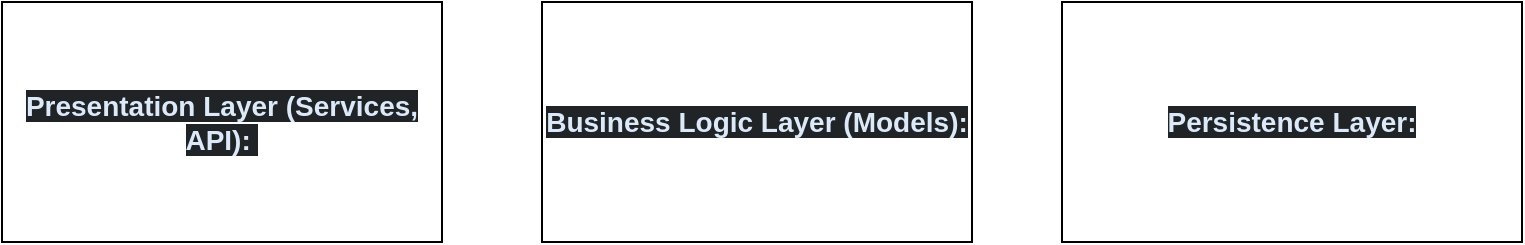
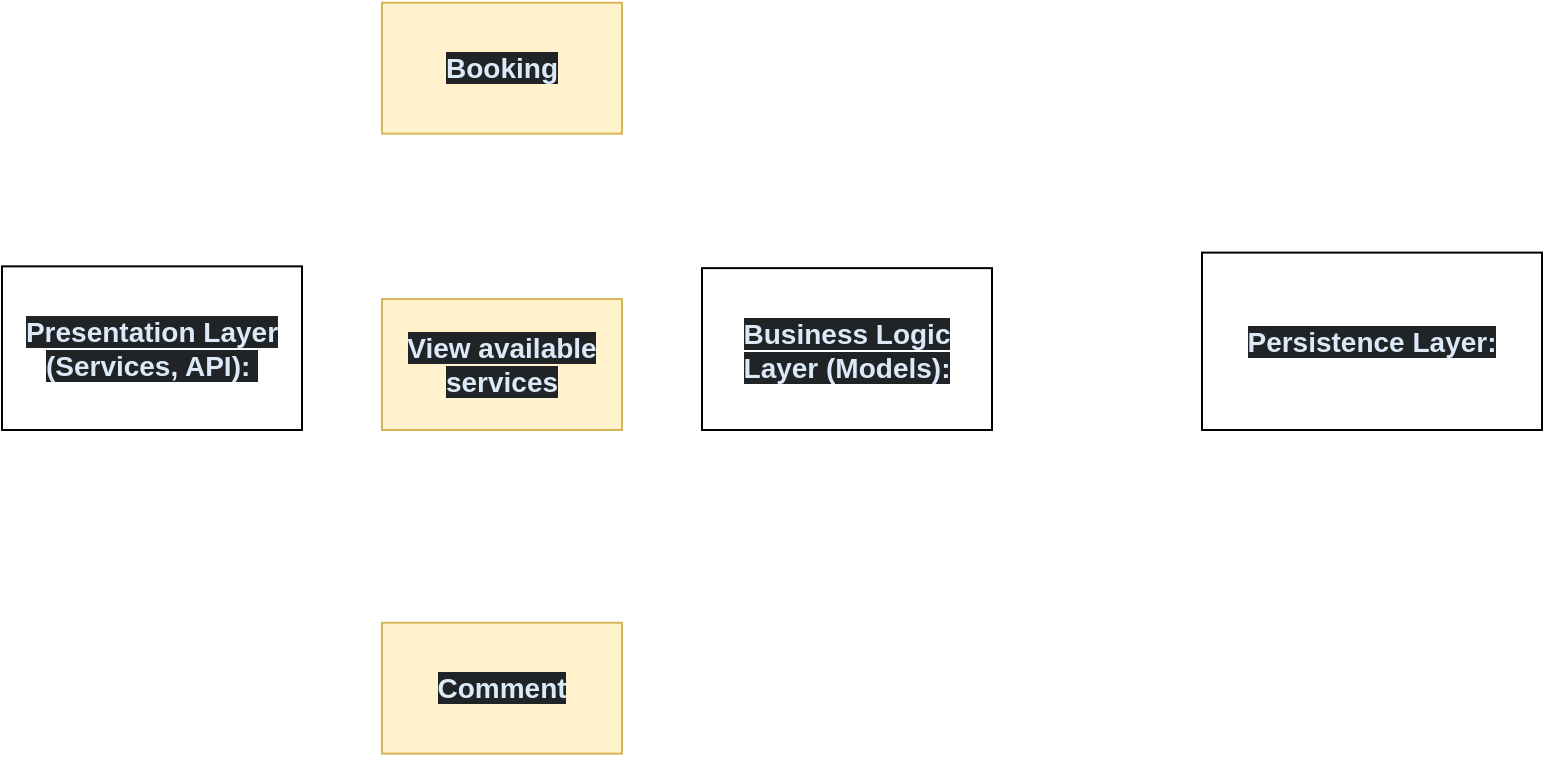
<mxfile host="app.diagrams.net">
  <diagram name="Page-1" id="-YqvBdWR7zro55ob8_1u">
-     <mxGraphModel dx="1533" dy="1135" grid="1" gridSize="10" guides="1" tooltips="1" connect="1" arrows="1" fold="1" page="1" pageScale="1" pageWidth="850" pageHeight="1100" math="0" shadow="0">
+     <mxGraphModel dx="964" dy="663" grid="1" gridSize="10" guides="1" tooltips="1" connect="1" arrows="1" fold="1" page="1" pageScale="1" pageWidth="850" pageHeight="1100" math="0" shadow="0">
      <root>
        <mxCell id="0" />
        <mxCell id="1" parent="0" />
        <mxCell id="hUDn5ZNKDxH-Q9J3WyCt-1" parent="1" style="rounded=0;whiteSpace=wrap;html=1;" value="&lt;strong style=&quot;box-sizing: border-box; font-weight: bold; scrollbar-color: rgb(95, 99, 104) rgb(49, 54, 60); color: rgb(220, 233, 249); font-family: aktiv-grotesk, sans-serif; font-size: 14px; text-align: start; background-color: rgb(32, 36, 38);&quot;&gt;Presentation Layer (Services, API):&lt;/strong&gt;&lt;span style=&quot;color: rgb(220, 233, 249); font-family: aktiv-grotesk, sans-serif; font-size: 14px; text-align: start; background-color: rgb(32, 36, 38);&quot;&gt;&amp;nbsp;&lt;/span&gt;" vertex="1">
-           <mxGeometry height="120" width="220" x="40" y="430" as="geometry" />
+           <mxGeometry height="81.82" width="150" x="40" y="258.18" as="geometry" />
        </mxCell>
        <mxCell id="hUDn5ZNKDxH-Q9J3WyCt-2" parent="1" style="rounded=0;whiteSpace=wrap;html=1;" value="&lt;strong style=&quot;box-sizing: border-box; font-weight: bold; scrollbar-color: rgb(95, 99, 104) rgb(49, 54, 60); color: rgb(220, 233, 249); font-family: aktiv-grotesk, sans-serif; font-size: 14px; text-align: start; background-color: rgb(32, 36, 38);&quot;&gt;Business Logic Layer (Models):&lt;/strong&gt;" vertex="1">
-           <mxGeometry height="120" width="215" x="310" y="430" as="geometry" />
+           <mxGeometry height="80.93" width="145" x="390" y="259.07" as="geometry" />
        </mxCell>
        <mxCell id="hUDn5ZNKDxH-Q9J3WyCt-3" parent="1" style="rounded=0;whiteSpace=wrap;html=1;" value="&lt;strong style=&quot;box-sizing: border-box; font-weight: bold; scrollbar-color: rgb(95, 99, 104) rgb(49, 54, 60); color: rgb(220, 233, 249); font-family: aktiv-grotesk, sans-serif; font-size: 14px; text-align: start; background-color: rgb(32, 36, 38);&quot;&gt;Persistence Layer:&lt;/strong&gt;" vertex="1">
-           <mxGeometry height="120" width="230" x="570" y="430" as="geometry" />
+           <mxGeometry height="88.7" width="170" x="640" y="251.3" as="geometry" />
+         </mxCell>
+         <mxCell id="nDmQYND_-jVZAFU5oeKq-2" parent="1" style="rounded=0;whiteSpace=wrap;html=1;fillColor=#fff2cc;strokeColor=#d6b656;" value="&lt;div style=&quot;text-align: start;&quot;&gt;&lt;font color=&quot;#dce9f9&quot; face=&quot;aktiv-grotesk, sans-serif&quot;&gt;&lt;span style=&quot;font-size: 14px; background-color: rgb(32, 36, 38);&quot;&gt;&lt;b&gt;Booking&lt;/b&gt;&lt;/span&gt;&lt;/font&gt;&lt;/div&gt;" vertex="1">
+           <mxGeometry height="65.46" width="120" x="230" y="126.36" as="geometry" />
+         </mxCell>
+         <mxCell id="nDmQYND_-jVZAFU5oeKq-3" parent="1" style="rounded=0;whiteSpace=wrap;html=1;align=center;fillColor=#fff2cc;strokeColor=#d6b656;" value="&lt;div style=&quot;&quot;&gt;&lt;font color=&quot;#dce9f9&quot; face=&quot;aktiv-grotesk, sans-serif&quot;&gt;&lt;span style=&quot;font-size: 14px; background-color: rgb(32, 36, 38);&quot;&gt;&lt;b&gt;View available services&lt;/b&gt;&lt;/span&gt;&lt;/font&gt;&lt;/div&gt;" vertex="1">
+           <mxGeometry height="65.46" width="120" x="230" y="274.54" as="geometry" />
+         </mxCell>
+         <mxCell id="nDmQYND_-jVZAFU5oeKq-4" parent="1" style="rounded=0;whiteSpace=wrap;html=1;align=center;fillColor=#fff2cc;strokeColor=#d6b656;" value="&lt;div style=&quot;&quot;&gt;&lt;font color=&quot;#dce9f9&quot; face=&quot;aktiv-grotesk, sans-serif&quot;&gt;&lt;span style=&quot;font-size: 14px; background-color: rgb(32, 36, 38);&quot;&gt;&lt;b&gt;Comment&lt;/b&gt;&lt;/span&gt;&lt;/font&gt;&lt;/div&gt;" vertex="1">
+           <mxGeometry height="65.46" width="120" x="230" y="436.36" as="geometry" />
        </mxCell>
      </root>
    </mxGraphModel>
  </diagram>
</mxfile>
